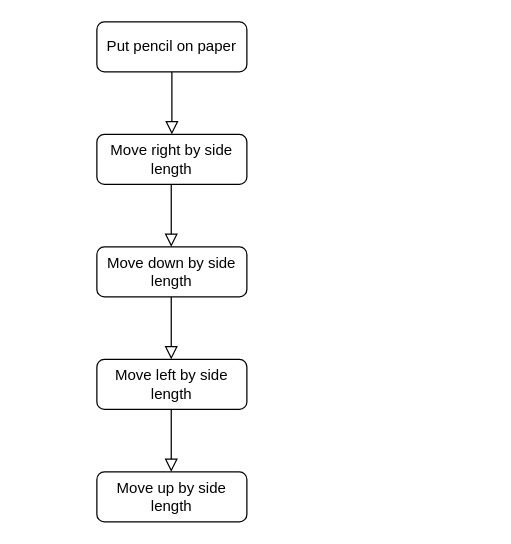
The draw.io diagram flowchart1.drawio in rtang09/Flowcharts_APSCP, before the edit. Source tidied: cells renumbered, new cells numbered last; positions are measured from the earlier drawing's top-left corner, leaving out a move shared by most shapes. Both pictures are drawn from the tidied source at 125%, with x=0, y=0 at pixel (96, 21).
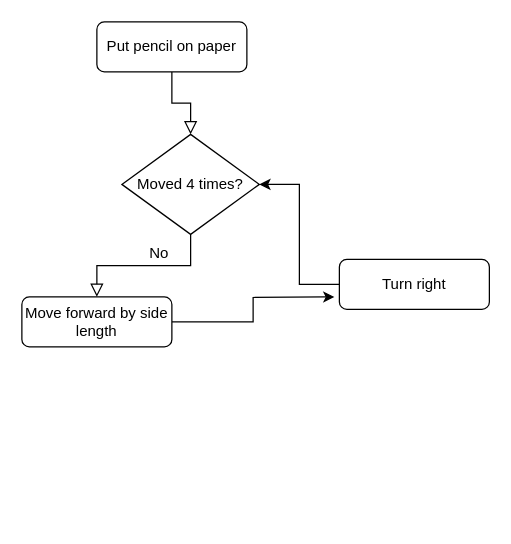
Above is the later version.

The edit, as a diff of the source:
```diff
@@
 <mxGraphModel>
   <root>
     <mxCell id="0" />
     <mxCell id="1" parent="0" />
-    <mxCell id="2" style="rounded=0;html=1;jettySize=auto;fontSize=11;endArrow=block;endFill=0;endSize=8;strokeWidth=1;shadow=0;labelBackgroundColor=none;edgeStyle=orthogonalEdgeStyle;" parent="1" edge="1" source="3">
-      <mxGeometry relative="1" as="geometry">
-        <mxPoint x="60" y="90" as="targetPoint" />
-      </mxGeometry>
+    <mxCell id="2" style="rounded=0;html=1;jettySize=auto;fontSize=11;endArrow=block;endFill=0;endSize=8;strokeWidth=1;shadow=0;labelBackgroundColor=none;edgeStyle=orthogonalEdgeStyle;entryX=0.5;entryY=0;entryDx=0;entryDy=0;" parent="1" edge="1" source="3" target="11">
+      <mxGeometry relative="1" as="geometry" />
     </mxCell>
     <mxCell id="3" value="Put pencil on paper" style="rounded=1;whiteSpace=wrap;html=1;fontSize=12;glass=0;strokeWidth=1;shadow=0;" parent="1" vertex="1">
       <mxGeometry width="120" height="40" as="geometry" />
     </mxCell>
+    <mxCell id="11" value="Moved 4 times?" style="rhombus;whiteSpace=wrap;html=1;" parent="1" vertex="1">
+      <mxGeometry x="20" y="90" width="110" height="80" as="geometry" />
+    </mxCell>
+    <mxCell id="12" style="rounded=0;html=1;jettySize=auto;fontSize=11;endArrow=block;endFill=0;endSize=8;strokeWidth=1;shadow=0;labelBackgroundColor=none;edgeStyle=orthogonalEdgeStyle;exitX=0.5;exitY=1;exitDx=0;exitDy=0;" parent="1" edge="1" source="11" target="4">
+      <mxGeometry relative="1" as="geometry" />
+    </mxCell>
+    <mxCell id="13" style="edgeStyle=orthogonalEdgeStyle;rounded=0;jettySize=auto;html=1;" parent="1" edge="1" source="4">
+      <mxGeometry relative="1" as="geometry">
+        <mxPoint x="190" y="220" as="targetPoint" />
+      </mxGeometry>
+    </mxCell>
-    <mxCell id="4" value="Move right by side length" style="rounded=1;whiteSpace=wrap;html=1;fontSize=12;glass=0;strokeWidth=1;shadow=0;" parent="1" vertex="1">
-      <mxGeometry y="90" width="120" height="40" as="geometry" />
+    <mxCell id="4" value="Move forward by side length" style="rounded=1;whiteSpace=wrap;html=1;fontSize=12;glass=0;strokeWidth=1;shadow=0;" parent="1" vertex="1">
+      <mxGeometry x="-60" y="220" width="120" height="40" as="geometry" />
     </mxCell>
-    <mxCell id="5" value="Move down by side length" style="rounded=1;whiteSpace=wrap;html=1;fontSize=12;glass=0;strokeWidth=1;shadow=0;" parent="1" vertex="1">
-      <mxGeometry y="180" width="120" height="40" as="geometry" />
-    </mxCell>
-    <mxCell id="6" style="rounded=0;html=1;jettySize=auto;orthogonalLoop=1;fontSize=11;endArrow=block;endFill=0;endSize=8;strokeWidth=1;shadow=0;labelBackgroundColor=none;edgeStyle=orthogonalEdgeStyle;" parent="1" edge="1">
-      <mxGeometry relative="1" as="geometry">
-        <mxPoint x="59.5" y="130" as="sourcePoint" />
-        <mxPoint x="59.5" y="180" as="targetPoint" />
-      </mxGeometry>
-    </mxCell>
-    <mxCell id="7" value="Move left by side length" style="rounded=1;whiteSpace=wrap;html=1;fontSize=12;glass=0;strokeWidth=1;shadow=0;" parent="1" vertex="1">
-      <mxGeometry y="270" width="120" height="40" as="geometry" />
-    </mxCell>
-    <mxCell id="8" style="rounded=0;html=1;jettySize=auto;orthogonalLoop=1;fontSize=11;endArrow=block;endFill=0;endSize=8;strokeWidth=1;shadow=0;labelBackgroundColor=none;edgeStyle=orthogonalEdgeStyle;" parent="1" edge="1">
-      <mxGeometry relative="1" as="geometry">
-        <mxPoint x="59.5" y="220" as="sourcePoint" />
-        <mxPoint x="59.5" y="270" as="targetPoint" />
-      </mxGeometry>
-    </mxCell>
-    <mxCell id="9" value="Move up by side length" style="rounded=1;whiteSpace=wrap;html=1;fontSize=12;glass=0;strokeWidth=1;shadow=0;" parent="1" vertex="1">
-      <mxGeometry y="360" width="120" height="40" as="geometry" />
-    </mxCell>
-    <mxCell id="10" style="rounded=0;html=1;jettySize=auto;orthogonalLoop=1;fontSize=11;endArrow=block;endFill=0;endSize=8;strokeWidth=1;shadow=0;labelBackgroundColor=none;edgeStyle=orthogonalEdgeStyle;" parent="1" edge="1">
-      <mxGeometry relative="1" as="geometry">
-        <mxPoint x="59.5" y="310" as="sourcePoint" />
-        <mxPoint x="59.5" y="360" as="targetPoint" />
-      </mxGeometry>
-    </mxCell>
+    <mxCell id="14" value="No" style="text;strokeColor=none;align=center;fillColor=none;html=1;verticalAlign=middle;whiteSpace=wrap;rounded=0;" parent="1" vertex="1">
+      <mxGeometry x="20" y="170" width="60" height="30" as="geometry" />
+    </mxCell>
+    <mxCell id="15" style="edgeStyle=orthogonalEdgeStyle;rounded=0;jettySize=auto;html=1;entryX=1;entryY=0.5;entryDx=0;entryDy=0;" parent="1" edge="1" source="16" target="11">
+      <mxGeometry relative="1" as="geometry" />
+    </mxCell>
+    <mxCell id="16" value="Turn right" style="rounded=1;whiteSpace=wrap;html=1;" parent="1" vertex="1">
+      <mxGeometry x="194" y="190" width="120" height="40" as="geometry" />
+    </mxCell>
   </root>
 </mxGraphModel>
```
